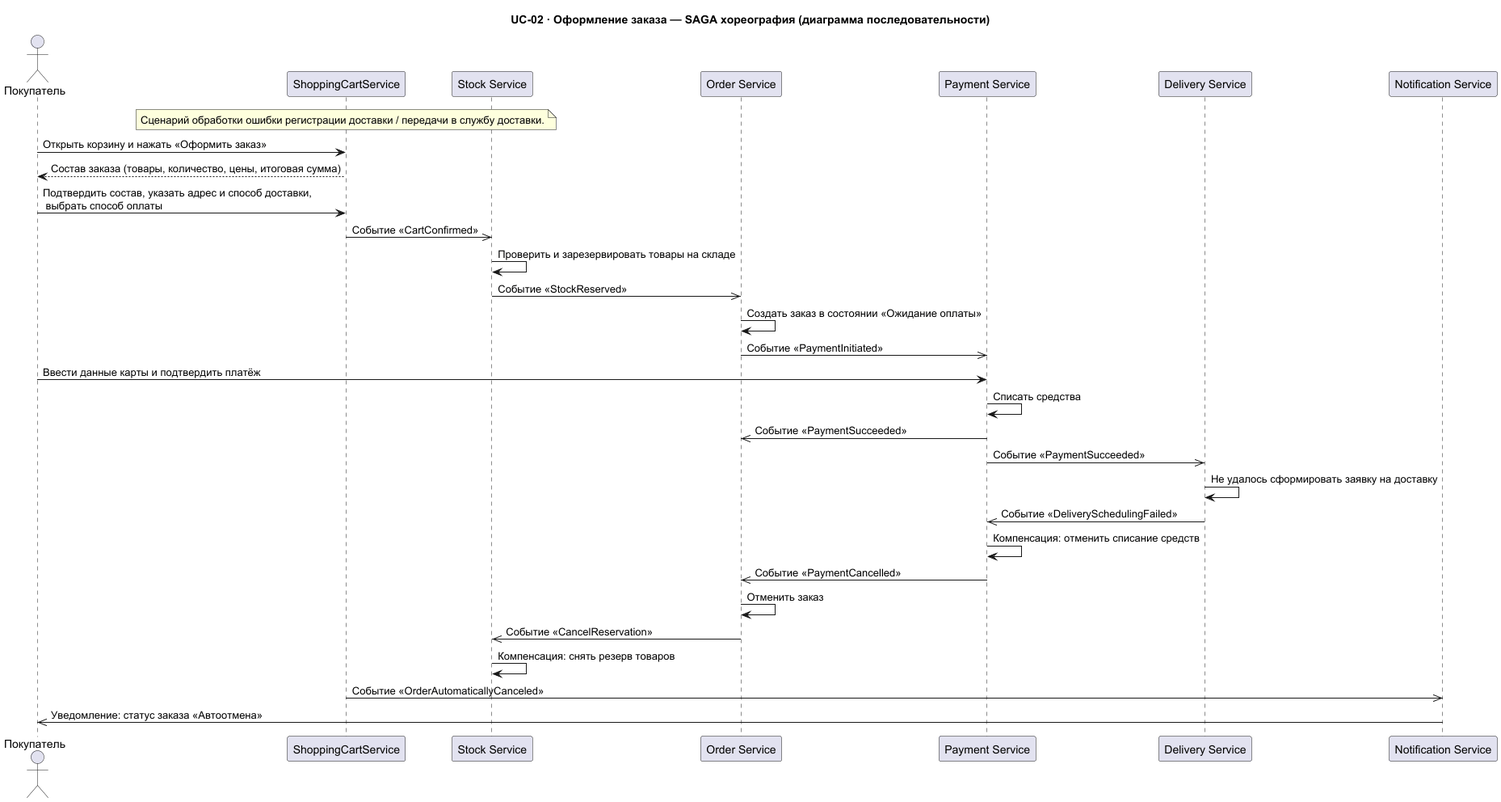
Before: Task1/seq-order-placement-choreography-delivery-scheduling-failed.png, a diagram exported from PlantUML (Babikoff/MSA-3-NovaMarket).
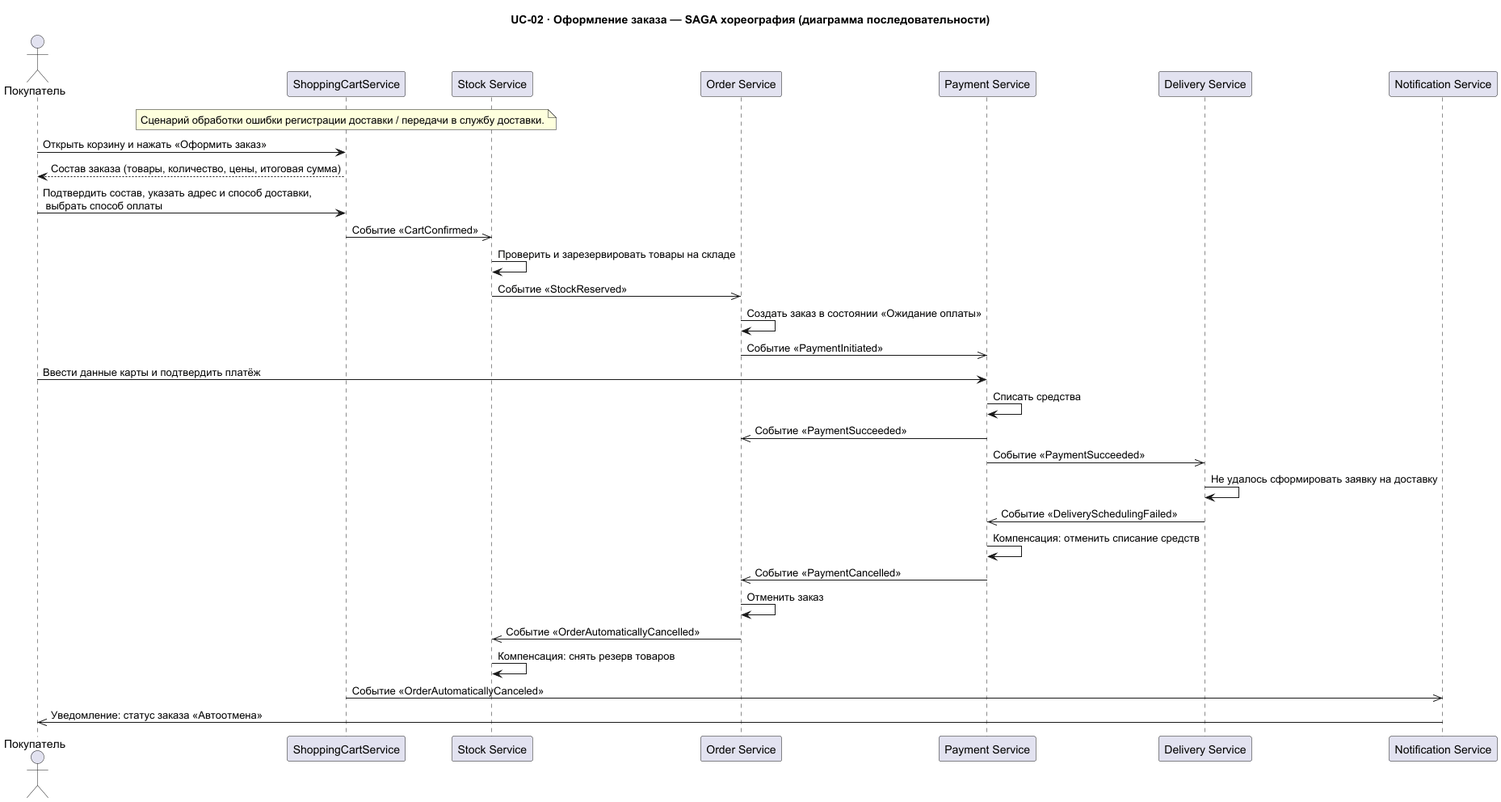
The same diagram one commit later.

Commit message:
Task1: добработка диаграмм fail сценариев 2

Diff of the diagram source:
```diff
@@ -35,7 +35,7 @@
 PaymentService -> PaymentService : Компенсация: отменить списание средств
 PaymentService ->> OrderService : Событие «PaymentCancelled»
 OrderService -> OrderService : Отменить заказ
-OrderService ->> StockService : Событие «CancelReservation»
+OrderService ->> StockService : Событие «OrderAutomaticallyCancelled»
 StockService -> StockService : Компенсация: снять резерв товаров
 
 ShoppingCartService ->> NotificationService : Событие «OrderAutomaticallyCanceled»
```
